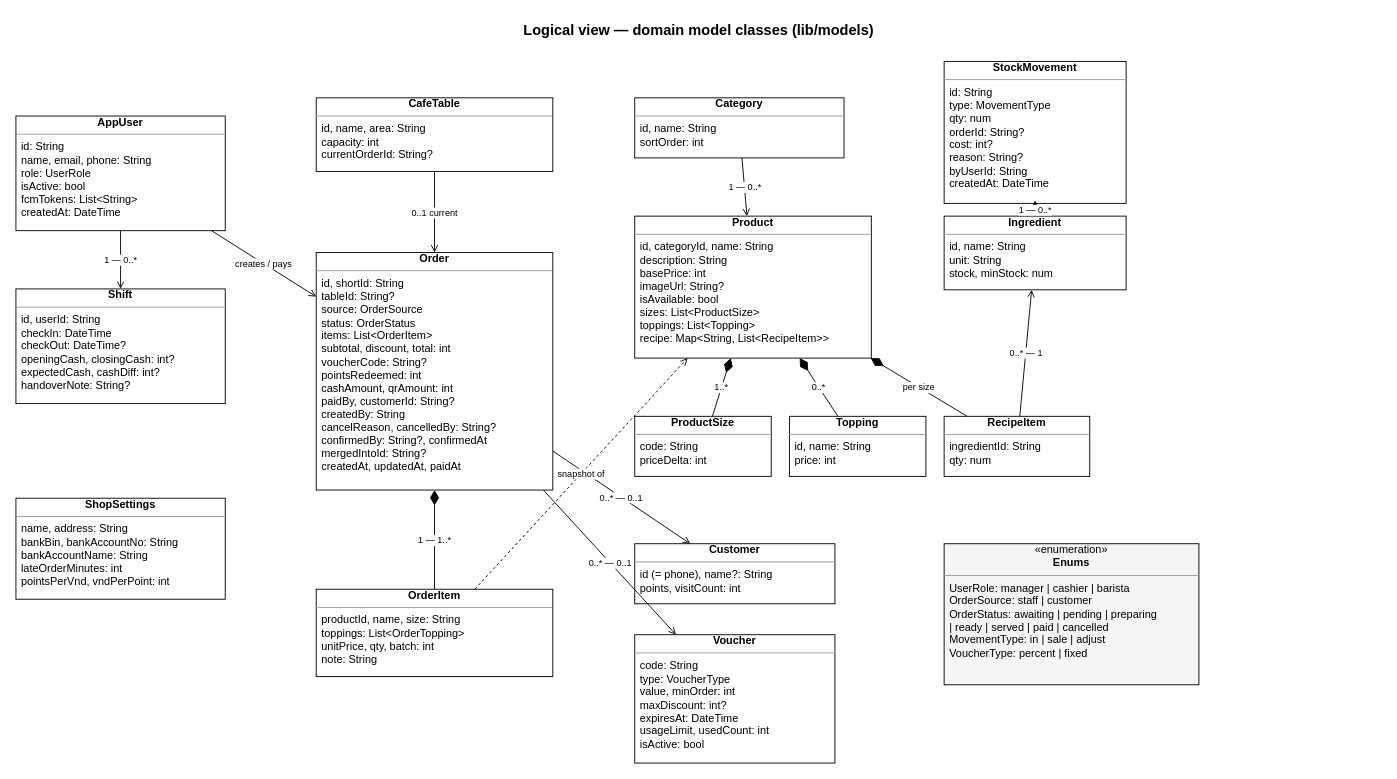
The draw.io diagram page "05 Domain Classes" (5 of 27) of diagrams/sds-diagrams.drawio in huytran303/project-prm393, before the edit. Source tidied: cells renumbered, new cells numbered last; positions are measured from the earlier drawing's top-left corner, leaving out a move shared by most shapes. Both pictures are drawn from the tidied source at 91%, with x=0, y=0 at pixel (15, 15).
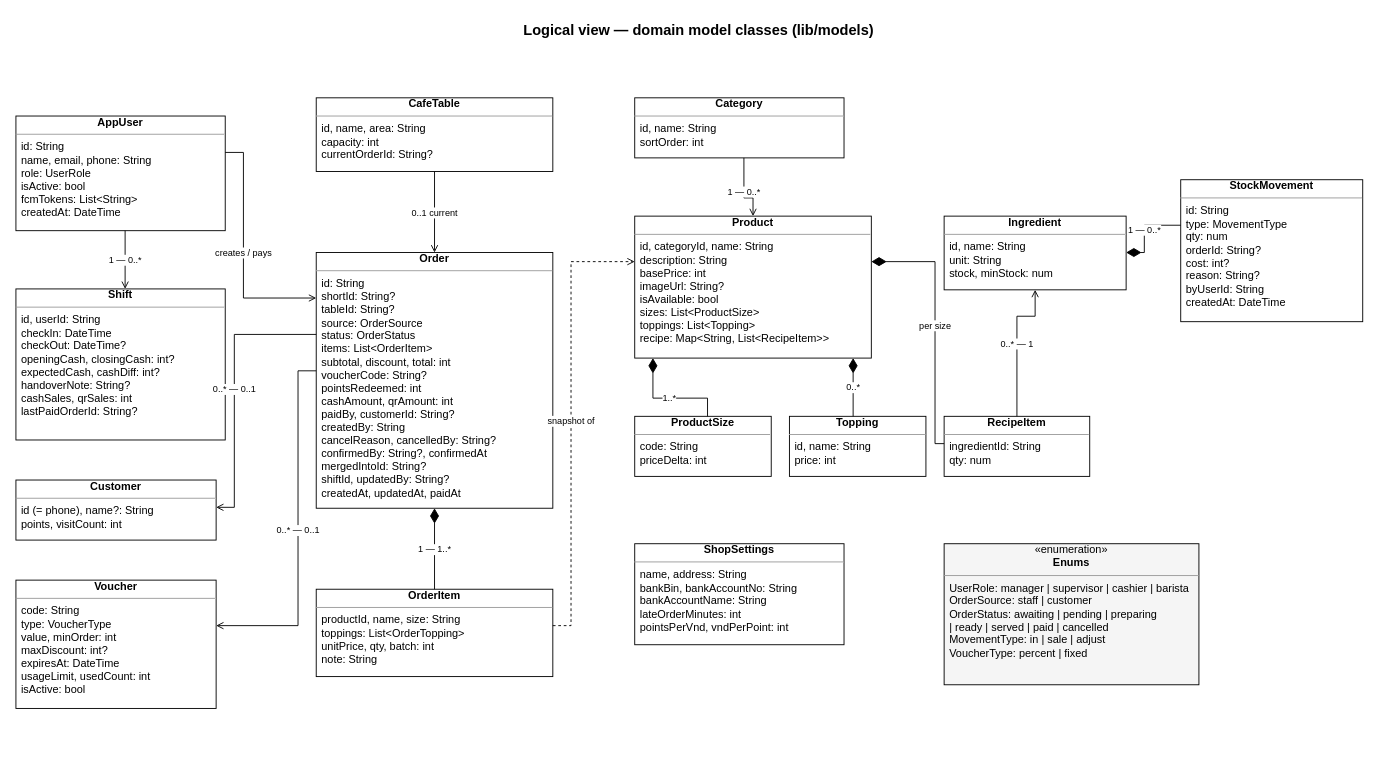
The same page after the edit.

The change refers to these unchanged cells:
```xml
<mxCell id="3" value="&lt;div style=&quot;text-align:center&quot;&gt;&lt;b&gt;AppUser&lt;/b&gt;&lt;/div&gt;&lt;hr size=&quot;1&quot;&gt;&lt;div style=&quot;padding:0 6px&quot;&gt;id: String&lt;br&gt;name, email, phone: String&lt;br&gt;role: UserRole&lt;br&gt;isActive: bool&lt;br&gt;fcmTokens: List&amp;lt;String&amp;gt;&lt;br&gt;createdAt: DateTime&lt;/div&gt;" style="fontFamily=Helvetica;fontSize=12;verticalAlign=top;align=left;overflow=fill;html=1;whiteSpace=wrap;fillColor=#ffffff;" parent="1" vertex="1">
  <mxGeometry y="110" width="230" height="126" as="geometry" />
</mxCell>
<mxCell id="6" value="&lt;div style=&quot;text-align:center&quot;&gt;&lt;b&gt;OrderItem&lt;/b&gt;&lt;/div&gt;&lt;hr size=&quot;1&quot;&gt;&lt;div style=&quot;padding:0 6px&quot;&gt;productId, name, size: String&lt;br&gt;toppings: List&amp;lt;OrderTopping&amp;gt;&lt;br&gt;unitPrice, qty, batch: int&lt;br&gt;note: String&lt;/div&gt;" style="fontFamily=Helvetica;fontSize=12;verticalAlign=top;align=left;overflow=fill;html=1;whiteSpace=wrap;fillColor=#ffffff;" parent="1" vertex="1">
  <mxGeometry x="330" y="630" width="260" height="96" as="geometry" />
</mxCell>
<mxCell id="7" value="&lt;div style=&quot;text-align:center&quot;&gt;&lt;b&gt;CafeTable&lt;/b&gt;&lt;/div&gt;&lt;hr size=&quot;1&quot;&gt;&lt;div style=&quot;padding:0 6px&quot;&gt;id, name, area: String&lt;br&gt;capacity: int&lt;br&gt;currentOrderId: String?&lt;/div&gt;" style="fontFamily=Helvetica;fontSize=12;verticalAlign=top;align=left;overflow=fill;html=1;whiteSpace=wrap;fillColor=#ffffff;" parent="1" vertex="1">
  <mxGeometry x="330" y="90" width="260" height="81" as="geometry" />
</mxCell>
<mxCell id="8" value="&lt;div style=&quot;text-align:center&quot;&gt;&lt;b&gt;Category&lt;/b&gt;&lt;/div&gt;&lt;hr size=&quot;1&quot;&gt;&lt;div style=&quot;padding:0 6px&quot;&gt;id, name: String&lt;br&gt;sortOrder: int&lt;/div&gt;" style="fontFamily=Helvetica;fontSize=12;verticalAlign=top;align=left;overflow=fill;html=1;whiteSpace=wrap;fillColor=#ffffff;" parent="1" vertex="1">
  <mxGeometry x="680" y="90" width="230" height="66" as="geometry" />
</mxCell>
<mxCell id="9" value="&lt;div style=&quot;text-align:center&quot;&gt;&lt;b&gt;Product&lt;/b&gt;&lt;/div&gt;&lt;hr size=&quot;1&quot;&gt;&lt;div style=&quot;padding:0 6px&quot;&gt;id, categoryId, name: String&lt;br&gt;description: String&lt;br&gt;basePrice: int&lt;br&gt;imageUrl: String?&lt;br&gt;isAvailable: bool&lt;br&gt;sizes: List&amp;lt;ProductSize&amp;gt;&lt;br&gt;toppings: List&amp;lt;Topping&amp;gt;&lt;br&gt;recipe: Map&amp;lt;String, List&amp;lt;RecipeItem&amp;gt;&amp;gt;&lt;/div&gt;" style="fontFamily=Helvetica;fontSize=12;verticalAlign=top;align=left;overflow=fill;html=1;whiteSpace=wrap;fillColor=#ffffff;" parent="1" vertex="1">
  <mxGeometry x="680" y="220" width="260" height="156" as="geometry" />
</mxCell>
<mxCell id="10" value="&lt;div style=&quot;text-align:center&quot;&gt;&lt;b&gt;ProductSize&lt;/b&gt;&lt;/div&gt;&lt;hr size=&quot;1&quot;&gt;&lt;div style=&quot;padding:0 6px&quot;&gt;code: String&lt;br&gt;priceDelta: int&lt;/div&gt;" style="fontFamily=Helvetica;fontSize=12;verticalAlign=top;align=left;overflow=fill;html=1;whiteSpace=wrap;fillColor=#ffffff;" parent="1" vertex="1">
  <mxGeometry x="680" y="440" width="150" height="66" as="geometry" />
</mxCell>
<mxCell id="11" value="&lt;div style=&quot;text-align:center&quot;&gt;&lt;b&gt;Topping&lt;/b&gt;&lt;/div&gt;&lt;hr size=&quot;1&quot;&gt;&lt;div style=&quot;padding:0 6px&quot;&gt;id, name: String&lt;br&gt;price: int&lt;/div&gt;" style="fontFamily=Helvetica;fontSize=12;verticalAlign=top;align=left;overflow=fill;html=1;whiteSpace=wrap;fillColor=#ffffff;" parent="1" vertex="1">
  <mxGeometry x="850" y="440" width="150" height="66" as="geometry" />
</mxCell>
<mxCell id="12" value="&lt;div style=&quot;text-align:center&quot;&gt;&lt;b&gt;RecipeItem&lt;/b&gt;&lt;/div&gt;&lt;hr size=&quot;1&quot;&gt;&lt;div style=&quot;padding:0 6px&quot;&gt;ingredientId: String&lt;br&gt;qty: num&lt;/div&gt;" style="fontFamily=Helvetica;fontSize=12;verticalAlign=top;align=left;overflow=fill;html=1;whiteSpace=wrap;fillColor=#ffffff;" parent="1" vertex="1">
  <mxGeometry x="1020" y="440" width="160" height="66" as="geometry" />
</mxCell>
<mxCell id="13" value="&lt;div style=&quot;text-align:center&quot;&gt;&lt;b&gt;Ingredient&lt;/b&gt;&lt;/div&gt;&lt;hr size=&quot;1&quot;&gt;&lt;div style=&quot;padding:0 6px&quot;&gt;id, name: String&lt;br&gt;unit: String&lt;br&gt;stock, minStock: num&lt;/div&gt;" style="fontFamily=Helvetica;fontSize=12;verticalAlign=top;align=left;overflow=fill;html=1;whiteSpace=wrap;fillColor=#ffffff;" parent="1" vertex="1">
  <mxGeometry x="1020" y="220" width="200" height="81" as="geometry" />
</mxCell>
```

Diff of the diagram source:
```diff
@@
-    <mxCell id="4" value="&lt;div style=&quot;text-align:center&quot;&gt;&lt;b&gt;Shift&lt;/b&gt;&lt;/div&gt;&lt;hr size=&quot;1&quot;&gt;&lt;div style=&quot;padding:0 6px&quot;&gt;id, userId: String&lt;br&gt;checkIn: DateTime&lt;br&gt;checkOut: DateTime?&lt;br&gt;openingCash, closingCash: int?&lt;br&gt;expectedCash, cashDiff: int?&lt;br&gt;handoverNote: String?&lt;/div&gt;" style="fontFamily=Helvetica;fontSize=12;verticalAlign=top;align=left;overflow=fill;html=1;whiteSpace=wrap;fillColor=#ffffff;" parent="1" vertex="1">
-      <mxGeometry y="300" width="230" height="126" as="geometry" />
+    <mxCell id="4" value="&lt;div style=&quot;text-align:center&quot;&gt;&lt;b&gt;Shift&lt;/b&gt;&lt;/div&gt;&lt;hr size=&quot;1&quot;&gt;&lt;div style=&quot;padding:0 6px&quot;&gt;id, userId: String&lt;br&gt;checkIn: DateTime&lt;br&gt;checkOut: DateTime?&lt;br&gt;openingCash, closingCash: int?&lt;br&gt;expectedCash, cashDiff: int?&lt;br&gt;handoverNote: String?&lt;br&gt;cashSales, qrSales: int&lt;br&gt;lastPaidOrderId: String?&lt;/div&gt;" style="fontFamily=Helvetica;fontSize=12;verticalAlign=top;align=left;overflow=fill;html=1;whiteSpace=wrap;fillColor=#ffffff;" parent="1" vertex="1">
+      <mxGeometry y="300" width="230" height="166" as="geometry" />
     </mxCell>
-    <mxCell id="5" value="&lt;div style=&quot;text-align:center&quot;&gt;&lt;b&gt;Order&lt;/b&gt;&lt;/div&gt;&lt;hr size=&quot;1&quot;&gt;&lt;div style=&quot;padding:0 6px&quot;&gt;id, shortId: String&lt;br&gt;tableId: String?&lt;br&gt;source: OrderSource&lt;br&gt;status: OrderStatus&lt;br&gt;items: List&amp;lt;OrderItem&amp;gt;&lt;br&gt;subtotal, discount, total: int&lt;br&gt;voucherCode: String?&lt;br&gt;pointsRedeemed: int&lt;br&gt;cashAmount, qrAmount: int&lt;br&gt;paidBy, customerId: String?&lt;br&gt;createdBy: String&lt;br&gt;cancelReason, cancelledBy: String?&lt;br&gt;confirmedBy: String?, confirmedAt&lt;br&gt;mergedIntoId: String?&lt;br&gt;createdAt, updatedAt, paidAt&lt;/div&gt;" style="fontFamily=Helvetica;fontSize=12;verticalAlign=top;align=left;overflow=fill;html=1;whiteSpace=wrap;fillColor=#ffffff;" parent="1" vertex="1">
-      <mxGeometry x="330" y="260" width="260" height="261" as="geometry" />
+    <mxCell id="5" value="&lt;div style=&quot;text-align:center&quot;&gt;&lt;b&gt;Order&lt;/b&gt;&lt;/div&gt;&lt;hr size=&quot;1&quot;&gt;&lt;div style=&quot;padding:0 6px&quot;&gt;id: String&lt;br&gt;shortId: String?&lt;br&gt;tableId: String?&lt;br&gt;source: OrderSource&lt;br&gt;status: OrderStatus&lt;br&gt;items: List&amp;lt;OrderItem&amp;gt;&lt;br&gt;subtotal, discount, total: int&lt;br&gt;voucherCode: String?&lt;br&gt;pointsRedeemed: int&lt;br&gt;cashAmount, qrAmount: int&lt;br&gt;paidBy, customerId: String?&lt;br&gt;createdBy: String&lt;br&gt;cancelReason, cancelledBy: String?&lt;br&gt;confirmedBy: String?, confirmedAt&lt;br&gt;mergedIntoId: String?&lt;br&gt;shiftId, updatedBy: String?&lt;br&gt;createdAt, updatedAt, paidAt&lt;/div&gt;" style="fontFamily=Helvetica;fontSize=12;verticalAlign=top;align=left;overflow=fill;html=1;whiteSpace=wrap;fillColor=#ffffff;" parent="1" vertex="1">
+      <mxGeometry x="330" y="260" width="260" height="281" as="geometry" />
     </mxCell>
@@
     <mxCell id="14" value="&lt;div style=&quot;text-align:center&quot;&gt;&lt;b&gt;StockMovement&lt;/b&gt;&lt;/div&gt;&lt;hr size=&quot;1&quot;&gt;&lt;div style=&quot;padding:0 6px&quot;&gt;id: String&lt;br&gt;type: MovementType&lt;br&gt;qty: num&lt;br&gt;orderId: String?&lt;br&gt;cost: int?&lt;br&gt;reason: String?&lt;br&gt;byUserId: String&lt;br&gt;createdAt: DateTime&lt;/div&gt;" style="fontFamily=Helvetica;fontSize=12;verticalAlign=top;align=left;overflow=fill;html=1;whiteSpace=wrap;fillColor=#ffffff;" parent="1" vertex="1">
-      <mxGeometry x="1020" y="50" width="200" height="156" as="geometry" />
+      <mxGeometry x="1280" y="180" width="200" height="156" as="geometry" />
     </mxCell>
     <mxCell id="15" value="&lt;div style=&quot;text-align:center&quot;&gt;&lt;b&gt;Customer&lt;/b&gt;&lt;/div&gt;&lt;hr size=&quot;1&quot;&gt;&lt;div style=&quot;padding:0 6px&quot;&gt;id (= phone), name?: String&lt;br&gt;points, visitCount: int&lt;/div&gt;" style="fontFamily=Helvetica;fontSize=12;verticalAlign=top;align=left;overflow=fill;html=1;whiteSpace=wrap;fillColor=#ffffff;" parent="1" vertex="1">
-      <mxGeometry x="680" y="580" width="220" height="66" as="geometry" />
+      <mxGeometry y="510" width="220" height="66" as="geometry" />
     </mxCell>
     <mxCell id="16" value="&lt;div style=&quot;text-align:center&quot;&gt;&lt;b&gt;Voucher&lt;/b&gt;&lt;/div&gt;&lt;hr size=&quot;1&quot;&gt;&lt;div style=&quot;padding:0 6px&quot;&gt;code: String&lt;br&gt;type: VoucherType&lt;br&gt;value, minOrder: int&lt;br&gt;maxDiscount: int?&lt;br&gt;expiresAt: DateTime&lt;br&gt;usageLimit, usedCount: int&lt;br&gt;isActive: bool&lt;/div&gt;" style="fontFamily=Helvetica;fontSize=12;verticalAlign=top;align=left;overflow=fill;html=1;whiteSpace=wrap;fillColor=#ffffff;" parent="1" vertex="1">
-      <mxGeometry x="680" y="680" width="220" height="141" as="geometry" />
+      <mxGeometry y="620" width="220" height="141" as="geometry" />
     </mxCell>
     <mxCell id="17" value="&lt;div style=&quot;text-align:center&quot;&gt;&lt;b&gt;ShopSettings&lt;/b&gt;&lt;/div&gt;&lt;hr size=&quot;1&quot;&gt;&lt;div style=&quot;padding:0 6px&quot;&gt;name, address: String&lt;br&gt;bankBin, bankAccountNo: String&lt;br&gt;bankAccountName: String&lt;br&gt;lateOrderMinutes: int&lt;br&gt;pointsPerVnd, vndPerPoint: int&lt;/div&gt;" style="fontFamily=Helvetica;fontSize=12;verticalAlign=top;align=left;overflow=fill;html=1;whiteSpace=wrap;fillColor=#ffffff;" parent="1" vertex="1">
-      <mxGeometry y="530" width="230" height="111" as="geometry" />
+      <mxGeometry x="680" y="580" width="230" height="111" as="geometry" />
     </mxCell>
-    <mxCell id="18" value="&lt;div style=&quot;text-align:center&quot;&gt;«enumeration»&lt;br&gt;&lt;b&gt;Enums&lt;/b&gt;&lt;/div&gt;&lt;hr size=&quot;1&quot;&gt;&lt;div style=&quot;padding:0 6px&quot;&gt;UserRole: manager | cashier | barista&lt;br&gt;OrderSource: staff | customer&lt;br&gt;OrderStatus: awaiting | pending | preparing&lt;br&gt;   | ready | served | paid | cancelled&lt;br&gt;MovementType: in | sale | adjust&lt;br&gt;VoucherType: percent | fixed&lt;/div&gt;" style="fontFamily=Helvetica;fontSize=12;verticalAlign=top;align=left;overflow=fill;html=1;whiteSpace=wrap;fillColor=#f5f5f5;" parent="1" vertex="1">
+    <mxCell id="18" value="&lt;div style=&quot;text-align:center&quot;&gt;«enumeration»&lt;br&gt;&lt;b&gt;Enums&lt;/b&gt;&lt;/div&gt;&lt;hr size=&quot;1&quot;&gt;&lt;div style=&quot;padding:0 6px&quot;&gt;UserRole: manager | supervisor | cashier | barista&lt;br&gt;OrderSource: staff | customer&lt;br&gt;OrderStatus: awaiting | pending | preparing&lt;br&gt;   | ready | served | paid | cancelled&lt;br&gt;MovementType: in | sale | adjust&lt;br&gt;VoucherType: percent | fixed&lt;/div&gt;" style="fontFamily=Helvetica;fontSize=12;verticalAlign=top;align=left;overflow=fill;html=1;whiteSpace=wrap;fillColor=#f5f5f5;" parent="1" vertex="1">
       <mxGeometry x="1020" y="580" width="280" height="155" as="geometry" />
     </mxCell>
-    <mxCell id="19" value="1 — 0..*" style="fontFamily=Helvetica;fontSize=12;html=1;endArrow=open;fontSize=10;" parent="1" edge="1" source="3" target="4">
+    <mxCell id="19" value="1 — 0..*" style="fontFamily=Helvetica;fontSize=12;html=1;endArrow=open;fontSize=10;rounded=0;labelBackgroundColor=#ffffff;rounded=0;edgeStyle=none;rounded=0;exitX=0.5217;exitY=1.0000;exitDx=0;exitDy=0;exitPerimeter=0;entryX=0.5217;entryY=0.0000;entryDx=0;entryDy=0;entryPerimeter=0;" parent="1" edge="1" source="3" target="4">
       <mxGeometry relative="1" as="geometry" />
     </mxCell>
-    <mxCell id="20" value="1 — 1..*" style="fontFamily=Helvetica;fontSize=12;html=1;endArrow=none;startArrow=diamondThin;startFill=1;startSize=14;fontSize=10;" parent="1" edge="1" source="5" target="6">
+    <mxCell id="20" value="1 — 1..*" style="fontFamily=Helvetica;fontSize=12;html=1;endArrow=none;startArrow=diamondThin;startFill=1;startSize=14;fontSize=10;rounded=0;labelBackgroundColor=#ffffff;rounded=0;edgeStyle=none;rounded=0;exitX=0.5000;exitY=1.0000;exitDx=0;exitDy=0;exitPerimeter=0;entryX=0.5000;entryY=0.0000;entryDx=0;entryDy=0;entryPerimeter=0;" parent="1" edge="1" source="5" target="6">
       <mxGeometry relative="1" as="geometry" />
     </mxCell>
-    <mxCell id="21" value="0..1 current" style="fontFamily=Helvetica;fontSize=12;html=1;endArrow=open;fontSize=10;" parent="1" edge="1" source="7" target="5">
+    <mxCell id="21" value="0..1 current" style="fontFamily=Helvetica;fontSize=12;html=1;endArrow=open;fontSize=10;rounded=0;labelBackgroundColor=#ffffff;rounded=0;edgeStyle=none;rounded=0;exitX=0.5000;exitY=1.0000;exitDx=0;exitDy=0;exitPerimeter=0;entryX=0.5000;entryY=0.0000;entryDx=0;entryDy=0;entryPerimeter=0;" parent="1" edge="1" source="7" target="5">
       <mxGeometry relative="1" as="geometry" />
     </mxCell>
-    <mxCell id="22" value="1 — 0..*" style="fontFamily=Helvetica;fontSize=12;html=1;endArrow=open;fontSize=10;" parent="1" edge="1" source="8" target="9">
-      <mxGeometry relative="1" as="geometry" />
+    <mxCell id="22" value="1 — 0..*" style="fontFamily=Helvetica;fontSize=12;html=1;endArrow=open;fontSize=10;rounded=0;labelBackgroundColor=#ffffff;rounded=0;edgeStyle=none;rounded=0;exitX=0.5217;exitY=1.0000;exitDx=0;exitDy=0;exitPerimeter=0;entryX=0.5000;entryY=0.0000;entryDx=0;entryDy=0;entryPerimeter=0;" parent="1" edge="1" source="8" target="9">
+      <mxGeometry relative="1" as="geometry">
+        <Array as="points">
+          <mxPoint x="800" y="200" />
+          <mxPoint x="810" y="200" />
+        </Array>
+      </mxGeometry>
     </mxCell>
-    <mxCell id="23" value="1..*" style="fontFamily=Helvetica;fontSize=12;html=1;endArrow=none;startArrow=diamondThin;startFill=1;startSize=14;fontSize=10;" parent="1" edge="1" source="9" target="10">
-      <mxGeometry relative="1" as="geometry" />
+    <mxCell id="23" value="1..*" style="fontFamily=Helvetica;fontSize=12;html=1;endArrow=none;startArrow=diamondThin;startFill=1;startSize=14;fontSize=10;rounded=0;labelBackgroundColor=#ffffff;rounded=0;edgeStyle=none;rounded=0;exitX=0.0769;exitY=1.0000;exitDx=0;exitDy=0;exitPerimeter=0;entryX=0.5333;entryY=0.0000;entryDx=0;entryDy=0;entryPerimeter=0;" parent="1" edge="1" source="9" target="10">
+      <mxGeometry relative="1" as="geometry">
+        <Array as="points">
+          <mxPoint x="700" y="420" />
+          <mxPoint x="760" y="420" />
+        </Array>
+      </mxGeometry>
     </mxCell>
-    <mxCell id="24" value="0..*" style="fontFamily=Helvetica;fontSize=12;html=1;endArrow=none;startArrow=diamondThin;startFill=1;startSize=14;fontSize=10;" parent="1" edge="1" source="9" target="11">
+    <mxCell id="24" value="0..*" style="fontFamily=Helvetica;fontSize=12;html=1;endArrow=none;startArrow=diamondThin;startFill=1;startSize=14;fontSize=10;rounded=0;labelBackgroundColor=#ffffff;rounded=0;edgeStyle=none;rounded=0;exitX=0.9231;exitY=1.0000;exitDx=0;exitDy=0;exitPerimeter=0;entryX=0.4667;entryY=0.0000;entryDx=0;entryDy=0;entryPerimeter=0;" parent="1" edge="1" source="9" target="11">
       <mxGeometry relative="1" as="geometry" />
     </mxCell>
-    <mxCell id="25" value="per size" style="fontFamily=Helvetica;fontSize=12;html=1;endArrow=none;startArrow=diamondThin;startFill=1;startSize=14;fontSize=10;" parent="1" edge="1" source="9" target="12">
-      <mxGeometry relative="1" as="geometry" />
+    <mxCell id="25" value="per size" style="fontFamily=Helvetica;fontSize=12;html=1;endArrow=none;startArrow=diamondThin;startFill=1;startSize=14;fontSize=10;rounded=0;labelBackgroundColor=#ffffff;rounded=0;edgeStyle=none;rounded=0;exitX=1.0000;exitY=0.3205;exitDx=0;exitDy=0;exitPerimeter=0;entryX=0.0000;entryY=0.4545;entryDx=0;entryDy=0;entryPerimeter=0;" parent="1" edge="1" source="9" target="12">
+      <mxGeometry relative="1" as="geometry">
+        <Array as="points">
+          <mxPoint x="1010" y="270" />
+          <mxPoint x="1010" y="470" />
+        </Array>
+      </mxGeometry>
     </mxCell>
-    <mxCell id="26" value="0..* — 1" style="fontFamily=Helvetica;fontSize=12;html=1;endArrow=open;fontSize=10;" parent="1" edge="1" source="12" target="13">
-      <mxGeometry relative="1" as="geometry" />
+    <mxCell id="26" value="0..* — 1" style="fontFamily=Helvetica;fontSize=12;html=1;endArrow=open;fontSize=10;rounded=0;labelBackgroundColor=#ffffff;rounded=0;edgeStyle=none;rounded=0;exitX=0.5000;exitY=0.0000;exitDx=0;exitDy=0;exitPerimeter=0;entryX=0.5000;entryY=1.0000;entryDx=0;entryDy=0;entryPerimeter=0;" parent="1" edge="1" source="12" target="13">
+      <mxGeometry relative="1" as="geometry">
+        <Array as="points">
+          <mxPoint x="1100" y="330" />
+          <mxPoint x="1120" y="330" />
+        </Array>
+      </mxGeometry>
     </mxCell>
-    <mxCell id="27" value="1 — 0..*" style="fontFamily=Helvetica;fontSize=12;html=1;endArrow=none;startArrow=diamondThin;startFill=1;startSize=14;fontSize=10;" parent="1" edge="1" source="13" target="14">
-      <mxGeometry relative="1" as="geometry" />
+    <mxCell id="27" value="1 — 0..*" style="fontFamily=Helvetica;fontSize=12;html=1;endArrow=none;startArrow=diamondThin;startFill=1;startSize=14;fontSize=10;rounded=0;labelBackgroundColor=#ffffff;rounded=0;edgeStyle=none;rounded=0;exitX=1.0000;exitY=0.4938;exitDx=0;exitDy=0;exitPerimeter=0;entryX=0.0000;entryY=0.3205;entryDx=0;entryDy=0;entryPerimeter=0;" parent="1" edge="1" source="13" target="14">
+      <mxGeometry relative="1" as="geometry">
+        <Array as="points">
+          <mxPoint x="1240" y="260" />
+          <mxPoint x="1240" y="230" />
+        </Array>
+      </mxGeometry>
     </mxCell>
-    <mxCell id="28" value="0..* — 0..1" style="fontFamily=Helvetica;fontSize=12;html=1;endArrow=open;fontSize=10;" parent="1" edge="1" source="5" target="15">
-      <mxGeometry relative="1" as="geometry" />
+    <mxCell id="28" value="0..* — 0..1" style="fontFamily=Helvetica;fontSize=12;html=1;endArrow=open;fontSize=10;rounded=0;labelBackgroundColor=#ffffff;rounded=0;edgeStyle=none;rounded=0;exitX=0.0000;exitY=0.3203;exitDx=0;exitDy=0;exitPerimeter=0;entryX=1.0000;entryY=0.4545;entryDx=0;entryDy=0;entryPerimeter=0;" parent="1" edge="1" source="5" target="15">
+      <mxGeometry relative="1" as="geometry">
+        <Array as="points">
+          <mxPoint x="240" y="350" />
+          <mxPoint x="240" y="540" />
+        </Array>
+      </mxGeometry>
     </mxCell>
-    <mxCell id="29" value="0..* — 0..1" style="fontFamily=Helvetica;fontSize=12;html=1;endArrow=open;fontSize=10;" parent="1" edge="1" source="5" target="16">
-      <mxGeometry relative="1" as="geometry" />
+    <mxCell id="29" value="0..* — 0..1" style="fontFamily=Helvetica;fontSize=12;html=1;endArrow=open;fontSize=10;rounded=0;labelBackgroundColor=#ffffff;rounded=0;edgeStyle=none;rounded=0;exitX=0.0000;exitY=0.4626;exitDx=0;exitDy=0;exitPerimeter=0;entryX=1.0000;entryY=0.3546;entryDx=0;entryDy=0;entryPerimeter=0;" parent="1" edge="1" source="5" target="16">
+      <mxGeometry relative="1" as="geometry">
+        <Array as="points">
+          <mxPoint x="310" y="390" />
+          <mxPoint x="310" y="670" />
+        </Array>
+      </mxGeometry>
     </mxCell>
-    <mxCell id="30" value="snapshot of" style="fontFamily=Helvetica;fontSize=12;html=1;endArrow=open;dashed=1;fontSize=10;" parent="1" edge="1" source="6" target="9">
-      <mxGeometry relative="1" as="geometry" />
+    <mxCell id="30" value="snapshot of" style="fontFamily=Helvetica;fontSize=12;html=1;endArrow=open;dashed=1;fontSize=10;rounded=0;labelBackgroundColor=#ffffff;rounded=0;edgeStyle=none;rounded=0;exitX=1.0000;exitY=0.4167;exitDx=0;exitDy=0;exitPerimeter=0;entryX=0.0000;entryY=0.3205;entryDx=0;entryDy=0;entryPerimeter=0;" parent="1" edge="1" source="6" target="9">
+      <mxGeometry relative="1" as="geometry">
+        <Array as="points">
+          <mxPoint x="610" y="670" />
+          <mxPoint x="610" y="270" />
+        </Array>
+      </mxGeometry>
     </mxCell>
-    <mxCell id="31" value="creates / pays" style="fontFamily=Helvetica;fontSize=12;html=1;endArrow=open;fontSize=10;" parent="1" edge="1" source="3" target="5">
-      <mxGeometry relative="1" as="geometry" />
+    <mxCell id="31" value="creates / pays" style="fontFamily=Helvetica;fontSize=12;html=1;endArrow=open;fontSize=10;rounded=0;labelBackgroundColor=#ffffff;rounded=0;edgeStyle=none;rounded=0;exitX=1.0000;exitY=0.3175;exitDx=0;exitDy=0;exitPerimeter=0;entryX=0.0000;entryY=0.1779;entryDx=0;entryDy=0;entryPerimeter=0;" parent="1" edge="1" source="3" target="5">
+      <mxGeometry relative="1" as="geometry">
+        <Array as="points">
+          <mxPoint x="250" y="150" />
+          <mxPoint x="250" y="310" />
+        </Array>
+      </mxGeometry>
     </mxCell>
```
